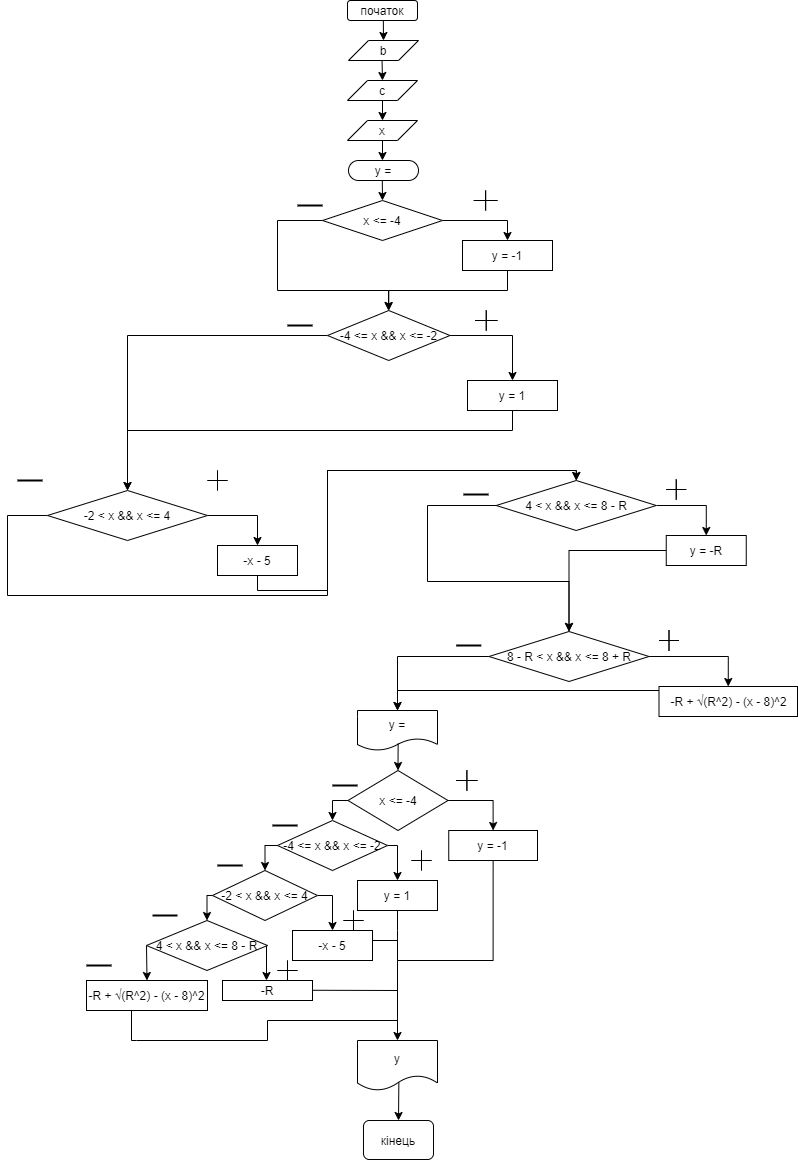
Above: 3.3 Diagram.drawio.png in RIO489/3.3 (draw.io), before the change. Source tidied: cells renumbered, new cells last; positions are measured from the earlier drawing's top-left corner, leaving out a move shared by most shapes.
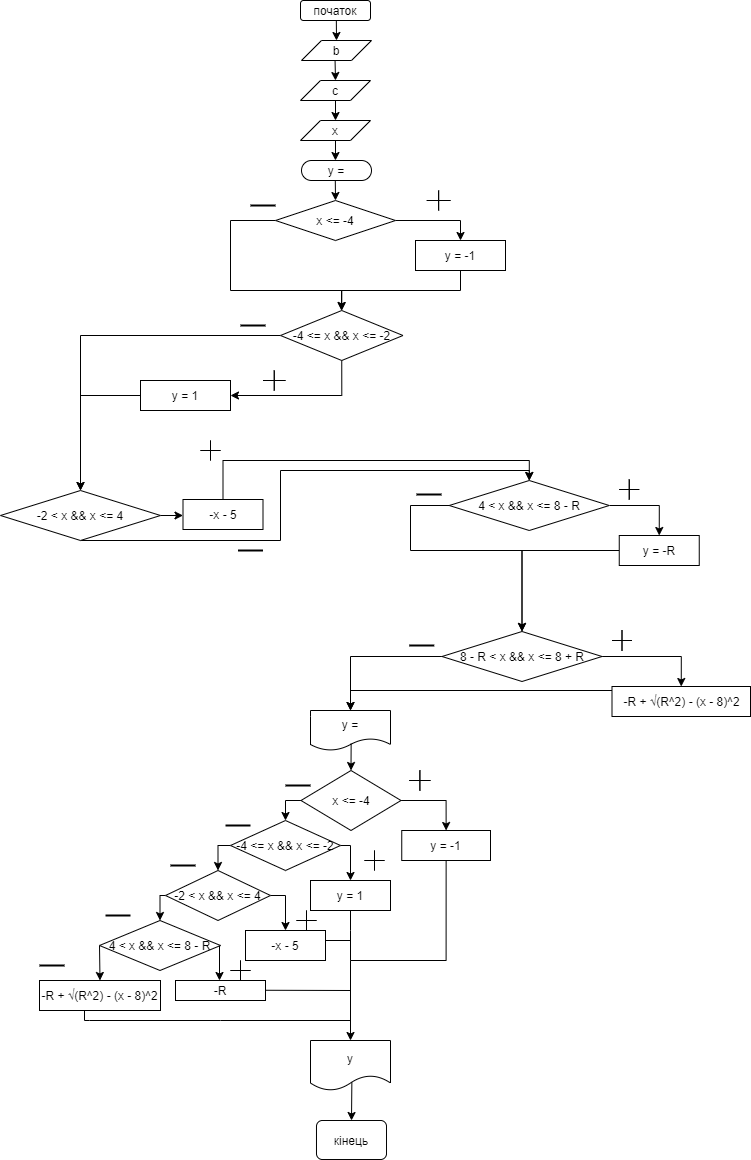
After the commit.

What changed in the source:
```diff
@@ -35,7 +35,7 @@
     <mxCell id="7" value="y = -1" style="rounded=0;whiteSpace=wrap;html=1;" parent="1" vertex="1">
       <mxGeometry x="455" y="240" width="90" height="30" as="geometry" />
     </mxCell>
-    <mxCell id="8" style="edgeStyle=orthogonalEdgeStyle;rounded=0;jettySize=auto;html=1;entryX=0.5;entryY=0;entryDx=0;entryDy=0;exitX=1;exitY=0.5;exitDx=0;exitDy=0;" parent="1" edge="1" source="10" target="12">
+    <mxCell id="8" style="edgeStyle=orthogonalEdgeStyle;rounded=0;jettySize=auto;html=1;exitX=0.5;exitY=1;exitDx=0;exitDy=0;entryX=1;entryY=0.5;entryDx=0;entryDy=0;" parent="1" edge="1" source="10" target="12">
       <mxGeometry relative="1" as="geometry" />
     </mxCell>
     <mxCell id="9" style="edgeStyle=orthogonalEdgeStyle;rounded=0;jettySize=auto;html=1;exitX=0;exitY=0.5;exitDx=0;exitDy=0;entryX=0.5;entryY=0;entryDx=0;entryDy=0;endArrow=classic;endFill=1;verticalAlign=middle;" parent="1" edge="1" source="10" target="15">
@@ -51,22 +51,21 @@
     <mxCell id="11" style="edgeStyle=orthogonalEdgeStyle;rounded=0;jettySize=auto;html=1;exitX=0.5;exitY=1;exitDx=0;exitDy=0;entryX=0.5;entryY=0;entryDx=0;entryDy=0;" parent="1" edge="1" source="12" target="15">
       <mxGeometry relative="1" as="geometry">
         <Array as="points">
-          <mxPoint x="505" y="430" />
+          <mxPoint x="225" y="395" />
+          <mxPoint x="120" y="395" />
         </Array>
       </mxGeometry>
     </mxCell>
     <mxCell id="12" value="&lt;div style=&quot;text-align: left&quot;&gt;y = 1&lt;br&gt;&lt;/div&gt;" style="rounded=0;whiteSpace=wrap;html=1;" parent="1" vertex="1">
-      <mxGeometry x="460" y="380" width="90" height="30" as="geometry" />
+      <mxGeometry x="180" y="380" width="90" height="30" as="geometry" />
     </mxCell>
-    <mxCell id="13" style="edgeStyle=orthogonalEdgeStyle;rounded=0;jettySize=auto;html=1;exitX=1;exitY=0.5;exitDx=0;exitDy=0;entryX=0.5;entryY=0;entryDx=0;entryDy=0;" parent="1" edge="1" source="15" target="26">
+    <mxCell id="13" style="edgeStyle=orthogonalEdgeStyle;rounded=0;jettySize=auto;html=1;exitX=1;exitY=0.5;exitDx=0;exitDy=0;entryX=0;entryY=0.541;entryDx=0;entryDy=0;entryPerimeter=0;" parent="1" edge="1" source="15" target="26">
       <mxGeometry relative="1" as="geometry" />
     </mxCell>
-    <mxCell id="14" style="edgeStyle=orthogonalEdgeStyle;rounded=0;jettySize=auto;html=1;exitX=0;exitY=0.5;exitDx=0;exitDy=0;entryX=0.5;entryY=0;entryDx=0;entryDy=0;endArrow=classic;endFill=1;verticalAlign=middle;" parent="1" edge="1" source="15" target="57">
+    <mxCell id="14" style="edgeStyle=orthogonalEdgeStyle;rounded=0;jettySize=auto;html=1;exitX=0.5;exitY=1;exitDx=0;exitDy=0;entryX=0.5;entryY=0;entryDx=0;entryDy=0;endArrow=classic;endFill=1;verticalAlign=middle;" parent="1" edge="1" source="15" target="57">
       <mxGeometry relative="1" as="geometry">
         <Array as="points">
-          <mxPoint y="515" />
-          <mxPoint y="595" />
-          <mxPoint x="320" y="595" />
+          <mxPoint x="320" y="540" />
           <mxPoint x="320" y="470" />
           <mxPoint x="569" y="470" />
         </Array>
@@ -110,18 +109,16 @@
     <mxCell id="24" value="-4 &amp;lt;= x &amp;amp;&amp;amp; x &amp;lt;= -2" style="rhombus;whiteSpace=wrap;html=1;rotation=0;" parent="1" vertex="1">
       <mxGeometry x="270" y="820" width="110" height="50" as="geometry" />
     </mxCell>
-    <mxCell id="25" style="edgeStyle=orthogonalEdgeStyle;rounded=0;jettySize=auto;html=1;exitX=0.5;exitY=1;exitDx=0;exitDy=0;entryX=0.5;entryY=0;entryDx=0;entryDy=0;" parent="1" edge="1" source="26" target="57">
+    <mxCell id="25" style="edgeStyle=orthogonalEdgeStyle;rounded=0;jettySize=auto;html=1;entryX=0.5;entryY=0;entryDx=0;entryDy=0;" parent="1" edge="1" source="26" target="57">
       <mxGeometry relative="1" as="geometry">
         <Array as="points">
-          <mxPoint x="250" y="590" />
-          <mxPoint x="320" y="590" />
-          <mxPoint x="320" y="470" />
-          <mxPoint x="569" y="470" />
+          <mxPoint x="263" y="460" />
+          <mxPoint x="569" y="460" />
         </Array>
       </mxGeometry>
     </mxCell>
     <mxCell id="26" value="-x - 5" style="rounded=0;whiteSpace=wrap;html=1;" parent="1" vertex="1">
-      <mxGeometry x="210" y="545" width="80" height="30" as="geometry" />
+      <mxGeometry x="222.5" y="499" width="80" height="30" as="geometry" />
     </mxCell>
     <mxCell id="27" style="endArrow=classic;html=1;exitX=0.508;exitY=0.823;exitDx=0;exitDy=0;exitPerimeter=0;entryX=0.5;entryY=0;entryDx=0;entryDy=0;" parent="1" edge="1" source="16" target="34">
       <mxGeometry relative="1" as="geometry" />
@@ -160,7 +157,7 @@
       <mxGeometry x="325" y="780" width="25" height="10" as="geometry" />
     </mxCell>
     <mxCell id="36" style="line;strokeWidth=2;html=1;" parent="1" vertex="1">
-      <mxGeometry x="10" y="475" width="25" height="10" as="geometry" />
+      <mxGeometry x="277.5" y="545" width="25" height="10" as="geometry" />
     </mxCell>
     <mxCell id="37" style="line;strokeWidth=2;html=1;" parent="1" vertex="1">
       <mxGeometry x="280" y="320" width="25" height="10" as="geometry" />
@@ -178,13 +175,13 @@
       </mxGeometry>
     </mxCell>
     <mxCell id="41" style="shape=cross;whiteSpace=wrap;html=1;size=0;" parent="1" vertex="1">
-      <mxGeometry x="467.5" y="310" width="22.5" height="20" as="geometry" />
+      <mxGeometry x="302.5" y="370" width="22.5" height="20" as="geometry" />
     </mxCell>
     <mxCell id="42" style="shape=cross;whiteSpace=wrap;html=1;size=0;" parent="1" vertex="1">
       <mxGeometry x="466.2" y="190" width="23.8" height="20" as="geometry" />
     </mxCell>
     <mxCell id="43" style="shape=cross;whiteSpace=wrap;html=1;size=0;" parent="1" vertex="1">
-      <mxGeometry x="200" y="470" width="20" height="20" as="geometry" />
+      <mxGeometry x="240" y="440" width="20" height="20" as="geometry" />
     </mxCell>
     <mxCell id="44" style="shape=cross;whiteSpace=wrap;html=1;size=0;" parent="1" vertex="1">
       <mxGeometry x="448.8" y="770" width="21.2" height="20" as="geometry" />
@@ -237,9 +234,9 @@
     <mxCell id="56" style="edgeStyle=orthogonalEdgeStyle;rounded=0;jettySize=auto;html=1;entryX=0.5;entryY=0;entryDx=0;entryDy=0;" parent="1" edge="1" source="57" target="83">
       <mxGeometry relative="1" as="geometry">
         <Array as="points">
-          <mxPoint x="420" y="505" />
-          <mxPoint x="420" y="581" />
-          <mxPoint x="562" y="581" />
+          <mxPoint x="450" y="505" />
+          <mxPoint x="450" y="550" />
+          <mxPoint x="561" y="550" />
         </Array>
       </mxGeometry>
     </mxCell>
@@ -297,31 +294,24 @@
     </mxCell>
     <mxCell id="72" style="edgeStyle=orthogonalEdgeStyle;rounded=0;jettySize=auto;html=1;exitX=0.5;exitY=1;exitDx=0;exitDy=0;endArrow=none;endFill=0;verticalAlign=middle;" parent="1" edge="1" source="73">
       <mxGeometry relative="1" as="geometry">
-        <mxPoint x="129" y="1040" as="targetPoint" />
+        <mxPoint x="140" y="1020" as="targetPoint" />
         <Array as="points">
-          <mxPoint x="124" y="1040" />
+          <mxPoint x="124" y="1010" />
+          <mxPoint x="124" y="1020" />
+          <mxPoint x="129" y="1020" />
         </Array>
       </mxGeometry>
     </mxCell>
     <mxCell id="73" value="-R + √(R^2) - (x - 8)^2" style="rounded=0;whiteSpace=wrap;html=1;" parent="1" vertex="1">
       <mxGeometry x="79" y="980" width="121" height="30" as="geometry" />
     </mxCell>
-    <mxCell id="74" style="edgeStyle=orthogonalEdgeStyle;rounded=0;orthogonalLoop=1;jettySize=auto;html=1;endArrow=none;endFill=0;verticalAlign=middle;" parent="1" edge="1">
-      <mxGeometry relative="1" as="geometry">
-        <mxPoint x="249" y="1040" as="sourcePoint" />
-        <mxPoint x="390" y="1020" as="targetPoint" />
-        <Array as="points">
-          <mxPoint x="260" y="1040" />
-        </Array>
-      </mxGeometry>
-    </mxCell>
     <mxCell id="75" style="line;strokeWidth=2;html=1;" parent="1" vertex="1">
       <mxGeometry x="79" y="960" width="25" height="10" as="geometry" />
     </mxCell>
     <mxCell id="76" style="endArrow=none;html=1;verticalAlign=middle;" parent="1" edge="1">
       <mxGeometry relative="1" as="geometry">
-        <mxPoint x="129" y="1040" as="sourcePoint" />
-        <mxPoint x="259" y="1040" as="targetPoint" />
+        <mxPoint x="130" y="1020" as="sourcePoint" />
+        <mxPoint x="260" y="1020" as="targetPoint" />
       </mxGeometry>
     </mxCell>
     <mxCell id="77" style="shape=cross;whiteSpace=wrap;html=1;size=0;" parent="1" vertex="1">
@@ -364,5 +354,11 @@
     <mxCell id="87" style="shape=cross;whiteSpace=wrap;html=1;size=0;" parent="1" vertex="1">
       <mxGeometry x="651.5" y="630" width="20" height="20" as="geometry" />
     </mxCell>
+    <mxCell id="88" style="endArrow=none;html=1;" parent="1" edge="1">
+      <mxGeometry relative="1" as="geometry">
+        <mxPoint x="260" y="1020" as="sourcePoint" />
+        <mxPoint x="390" y="1020" as="targetPoint" />
+      </mxGeometry>
+    </mxCell>
   </root>
 </mxGraphModel>
```
